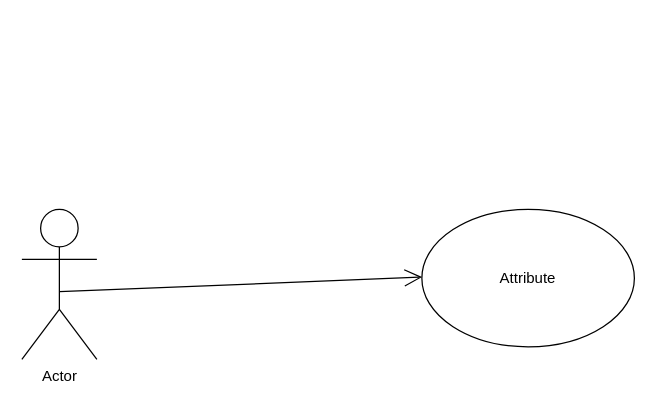
Earlier version of the draw.io diagram 다이어그램0227.drawio (sunday1284/jsp_spring02). Source tidied: cells renumbered, new cells numbered last; positions are measured from the earlier drawing's top-left corner, leaving out a move shared by most shapes. Both pictures are drawn from the tidied source at 125%, with x=0, y=0 at pixel (21, 209).
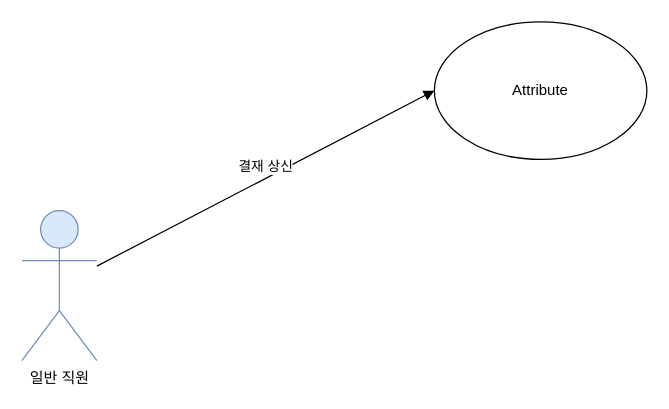
The same page after the edit.

Commit message:
다이어그램0227.drawio 업데이트

What changed in the source:
```diff
@@
 <mxGraphModel>
   <root>
     <mxCell id="0" />
     <mxCell id="1" parent="0" />
-    <mxCell id="2" value="Actor" style="shape=umlActor;verticalLabelPosition=bottom;verticalAlign=top;html=1;" parent="1" vertex="1">
-      <mxGeometry width="60" height="120" as="geometry" />
+    <mxCell id="2" value="일반 직원" style="shape=umlActor;verticalLabelPosition=bottom;verticalAlign=top;html=1;fillColor=#dae8fc;strokeColor=#6c8ebf;" parent="1" vertex="1">
+      <mxGeometry y="1" width="60" height="120" as="geometry" />
     </mxCell>
-    <mxCell id="3" style="endArrow=open;endFill=1;endSize=12;html=1;rounded=0;" parent="1" edge="1">
-      <mxGeometry relative="1" as="geometry">
-        <mxPoint x="30" y="65.8" as="sourcePoint" />
-        <mxPoint x="320.2" y="54.2" as="targetPoint" />
-      </mxGeometry>
-    </mxCell>
     <mxCell id="4" value="Attribute" style="ellipse;whiteSpace=wrap;html=1;align=center;" parent="1" vertex="1">
-      <mxGeometry x="320" width="170" height="110" as="geometry" />
+      <mxGeometry x="330" y="-150" width="170" height="110" as="geometry" />
     </mxCell>
+    <mxCell id="5" value="결재 상신" style="html=1;verticalAlign=bottom;endArrow=block;curved=0;rounded=0;entryX=0;entryY=0.5;entryDx=0;entryDy=0;" parent="1" edge="1" source="2" target="4">
+      <mxGeometry relative="1" as="geometry" />
+    </mxCell>
   </root>
 </mxGraphModel>
```
